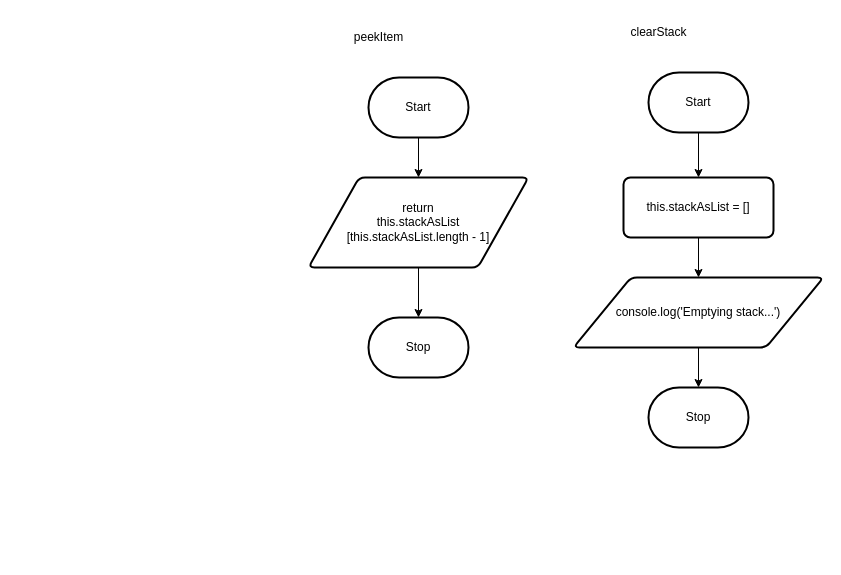
The draw.io diagram Unit2-04/design/flowchart.drawio in Kenny-Le-281/ICS4U-Unit2-Kenny-Le, before the edit. Source tidied: cells renumbered, new cells numbered last; positions are measured from the earlier drawing's top-left corner, leaving out a move shared by most shapes. Both pictures are drawn from the tidied source at 100%, with x=0, y=0 at pixel (308, 17).
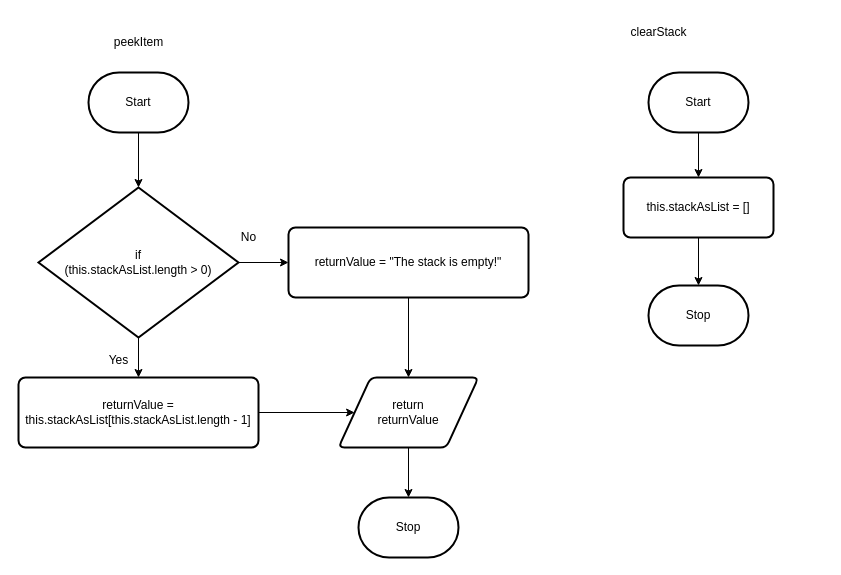
The same diagram, later.

The change refers to these unchanged cells:
```xml
<mxCell id="13" value="this.stackAsList = []" style="rounded=1;whiteSpace=wrap;html=1;absoluteArcSize=1;arcSize=14;strokeWidth=2;" parent="1" vertex="1">
  <mxGeometry x="315" y="160" width="150" height="60" as="geometry" />
</mxCell>
```

What changed in the source:
```diff
@@
-    <mxCell id="2" style="edgeStyle=none;html=1;entryX=0.5;entryY=0;entryDx=0;entryDy=0;" parent="1" edge="1" source="3" target="6">
-      <mxGeometry relative="1" as="geometry" />
-    </mxCell>
+    <mxCell id="16" style="edgeStyle=none;html=1;entryX=0.5;entryY=0;entryDx=0;entryDy=0;entryPerimeter=0;" parent="1" edge="1" source="3" target="20">
+      <mxGeometry relative="1" as="geometry" />
+    </mxCell>
     <mxCell id="3" value="Start" style="strokeWidth=2;html=1;shape=mxgraph.flowchart.terminator;whiteSpace=wrap;" parent="1" vertex="1">
-      <mxGeometry x="60" y="60" width="100" height="60" as="geometry" />
+      <mxGeometry x="-220" y="55" width="100" height="60" as="geometry" />
     </mxCell>
     <mxCell id="4" value="peekItem" style="text;html=1;align=center;verticalAlign=middle;strokeColor=none;fillColor=none;" parent="1" vertex="1">
-      <mxGeometry x="35" y="5" width="70" height="30" as="geometry" />
+      <mxGeometry x="-205" y="10" width="70" height="30" as="geometry" />
     </mxCell>
-    <mxCell id="5" style="edgeStyle=none;html=1;" parent="1" edge="1" source="6" target="7">
-      <mxGeometry relative="1" as="geometry" />
-    </mxCell>
-    <mxCell id="6" value="return &lt;br&gt;this.stackAsList&lt;br&gt;[this.stackAsList.length - 1]" style="shape=parallelogram;html=1;strokeWidth=2;perimeter=parallelogramPerimeter;whiteSpace=wrap;rounded=1;arcSize=12;size=0.23;" parent="1" vertex="1">
-      <mxGeometry y="160" width="220" height="90" as="geometry" />
-    </mxCell>
     <mxCell id="7" value="Stop" style="strokeWidth=2;html=1;shape=mxgraph.flowchart.terminator;whiteSpace=wrap;" parent="1" vertex="1">
-      <mxGeometry x="60" y="300" width="100" height="60" as="geometry" />
+      <mxGeometry x="50" y="480" width="100" height="60" as="geometry" />
     </mxCell>
@@
     <mxCell id="11" value="Stop" style="strokeWidth=2;html=1;shape=mxgraph.flowchart.terminator;whiteSpace=wrap;" parent="1" vertex="1">
-      <mxGeometry x="340" y="370" width="100" height="60" as="geometry" />
+      <mxGeometry x="340" y="268" width="100" height="60" as="geometry" />
     </mxCell>
-    <mxCell id="12" style="edgeStyle=none;html=1;" parent="1" edge="1" source="13" target="15">
-      <mxGeometry relative="1" as="geometry" />
-    </mxCell>
+    <mxCell id="17" style="edgeStyle=none;html=1;" parent="1" edge="1" source="13" target="11">
+      <mxGeometry relative="1" as="geometry" />
+    </mxCell>
@@
-    <mxCell id="14" style="edgeStyle=none;html=1;entryX=0.5;entryY=0;entryDx=0;entryDy=0;entryPerimeter=0;" parent="1" edge="1" source="15" target="11">
-      <mxGeometry relative="1" as="geometry" />
-    </mxCell>
-    <mxCell id="15" value="console.log('Emptying stack...')" style="shape=parallelogram;html=1;strokeWidth=2;perimeter=parallelogramPerimeter;whiteSpace=wrap;rounded=1;arcSize=12;size=0.23;" parent="1" vertex="1">
-      <mxGeometry x="265" y="260" width="250" height="70" as="geometry" />
-    </mxCell>
+    <mxCell id="18" style="edgeStyle=none;html=1;" parent="1" edge="1" source="20" target="22">
+      <mxGeometry relative="1" as="geometry" />
+    </mxCell>
+    <mxCell id="19" style="edgeStyle=none;html=1;" parent="1" edge="1" source="20" target="25">
+      <mxGeometry relative="1" as="geometry" />
+    </mxCell>
+    <mxCell id="20" value="if &lt;br&gt;(this.stackAsList.length &amp;gt; 0)" style="strokeWidth=2;html=1;shape=mxgraph.flowchart.decision;whiteSpace=wrap;" parent="1" vertex="1">
+      <mxGeometry x="-270" y="170" width="200" height="150" as="geometry" />
+    </mxCell>
+    <mxCell id="21" style="edgeStyle=none;html=1;entryX=0;entryY=0.5;entryDx=0;entryDy=0;" parent="1" edge="1" source="22" target="28">
+      <mxGeometry relative="1" as="geometry" />
+    </mxCell>
+    <mxCell id="22" value="returnValue = this.stackAsList[this.stackAsList.length - 1]" style="rounded=1;whiteSpace=wrap;html=1;absoluteArcSize=1;arcSize=14;strokeWidth=2;" parent="1" vertex="1">
+      <mxGeometry x="-290" y="360" width="240" height="70" as="geometry" />
+    </mxCell>
+    <mxCell id="23" value="Yes" style="text;html=1;align=center;verticalAlign=middle;strokeColor=none;fillColor=none;" parent="1" vertex="1">
+      <mxGeometry x="-210" y="328" width="40" height="30" as="geometry" />
+    </mxCell>
+    <mxCell id="24" style="edgeStyle=none;html=1;entryX=0.5;entryY=0;entryDx=0;entryDy=0;" parent="1" edge="1" source="25" target="28">
+      <mxGeometry relative="1" as="geometry" />
+    </mxCell>
+    <mxCell id="25" value="returnValue = &quot;The stack is empty!&quot;" style="rounded=1;whiteSpace=wrap;html=1;absoluteArcSize=1;arcSize=14;strokeWidth=2;" parent="1" vertex="1">
+      <mxGeometry x="-20" y="210" width="240" height="70" as="geometry" />
+    </mxCell>
+    <mxCell id="26" value="No" style="text;html=1;align=center;verticalAlign=middle;strokeColor=none;fillColor=none;" parent="1" vertex="1">
+      <mxGeometry x="-80" y="205" width="40" height="30" as="geometry" />
+    </mxCell>
+    <mxCell id="27" style="edgeStyle=none;html=1;entryX=0.5;entryY=0;entryDx=0;entryDy=0;entryPerimeter=0;" parent="1" edge="1" source="28" target="7">
+      <mxGeometry relative="1" as="geometry" />
+    </mxCell>
+    <mxCell id="28" value="return &lt;br&gt;returnValue" style="shape=parallelogram;html=1;strokeWidth=2;perimeter=parallelogramPerimeter;whiteSpace=wrap;rounded=1;arcSize=12;size=0.23;" parent="1" vertex="1">
+      <mxGeometry x="30" y="360" width="140" height="70" as="geometry" />
+    </mxCell>
```
